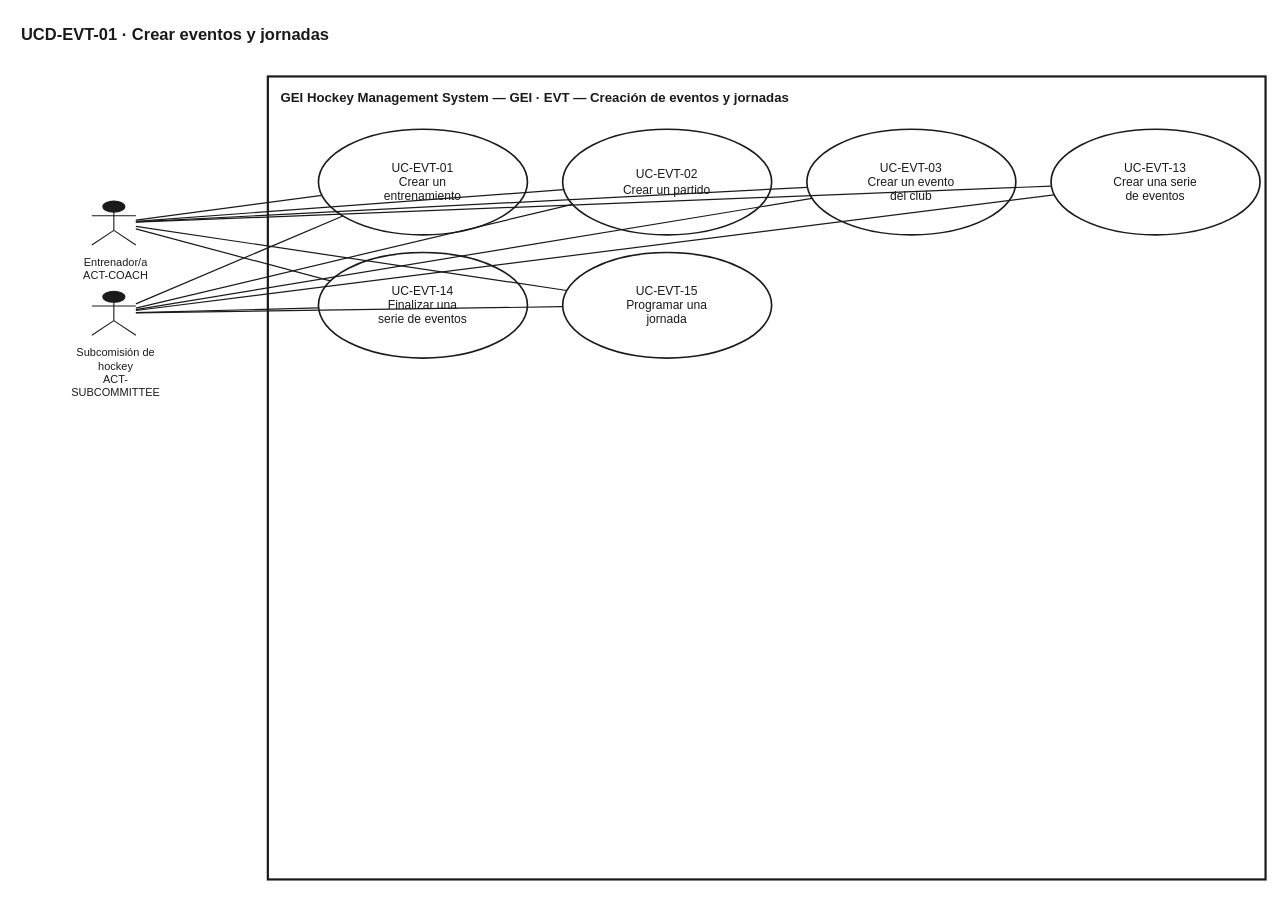
Earlier version of the draw.io diagram docs/uml/use-cases/source/UCD-EVT-01__GEI_Event_Creation.drawio (xeyroxpagode/Cluber). Source tidied: cells renumbered, new cells numbered last; positions are measured from the earlier drawing's top-left corner, leaving out a move shared by most shapes. Both pictures are drawn from the tidied source at 110%, with x=0, y=0 at pixel (19, 19).
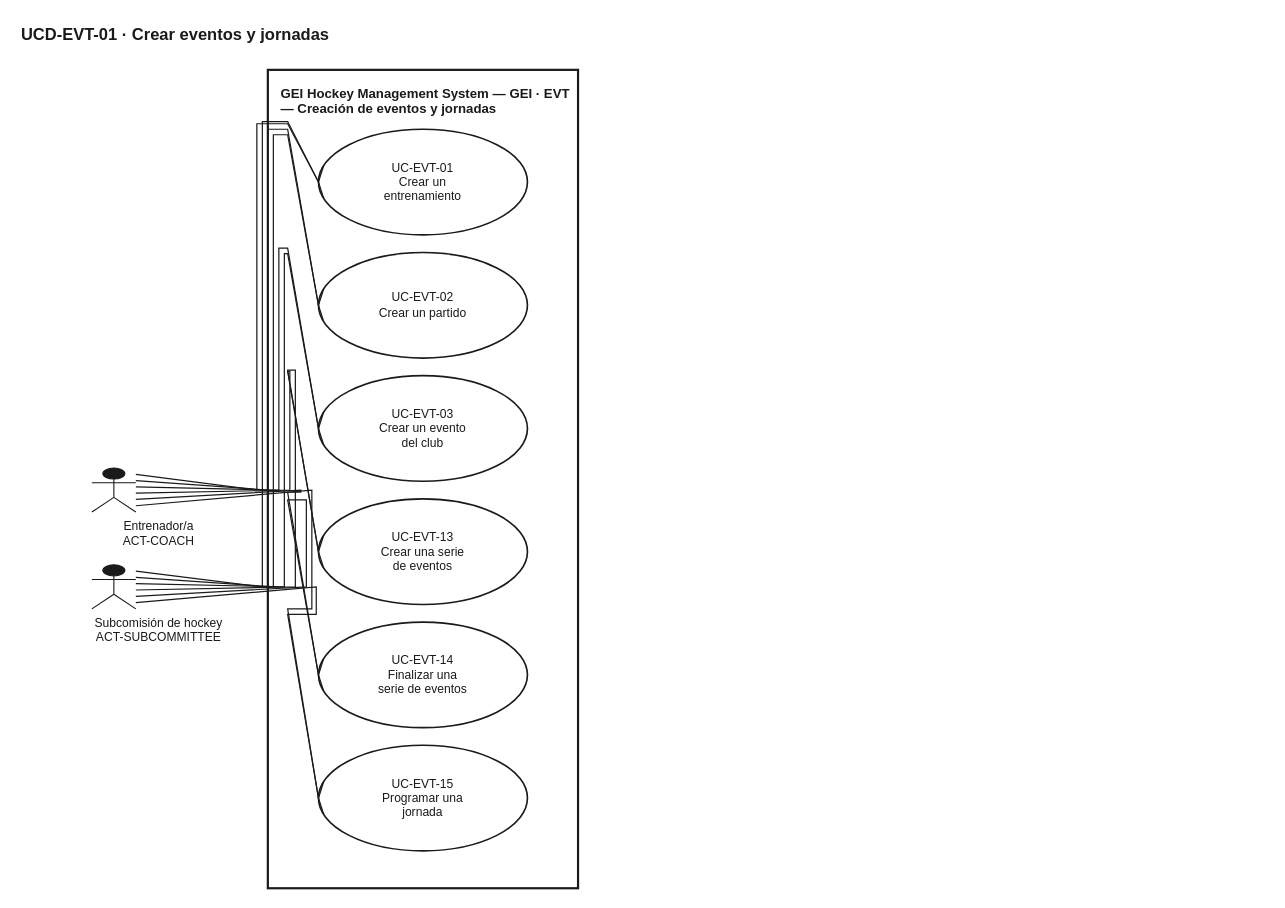
After the change.

Unchanged cells that the change refers to:
```xml
<mxCell id="4" value="UC-EVT-01&lt;br&gt;Crear un&lt;br&gt;entrenamiento" style="ellipse;whiteSpace=wrap;html=1;fillColor=#FFFFFF;strokeColor=#1A1A1A;strokeWidth=1.5;fontFamily=Helvetica;fontSize=11;fontColor=#1A1A1A;align=center;verticalAlign=middle;" parent="1" vertex="1">
  <mxGeometry x="272" y="100" width="190" height="96" as="geometry" />
</mxCell>
```

What changed in the source:
```diff
@@
-    <mxCell id="3" value="GEI Hockey Management System — GEI · EVT — Creación de eventos y jornadas" style="rounded=0;whiteSpace=wrap;html=1;fillColor=#FFFFFF;strokeColor=#1A1A1A;strokeWidth=2;verticalAlign=top;align=left;spacingLeft=10;spacingTop=6;fontFamily=Helvetica;fontSize=12;fontStyle=1;fontColor=#1A1A1A;" parent="1" vertex="1">
-      <mxGeometry x="226" y="52" width="907" height="730" as="geometry" />
+    <mxCell id="3" value="GEI Hockey Management System — GEI · EVT — Creación de eventos y jornadas" style="rounded=0;whiteSpace=wrap;html=1;fillColor=#FFFFFF;strokeColor=#1A1A1A;strokeWidth=2;verticalAlign=top;align=left;spacingLeft=10;spacingTop=8;fontFamily=Helvetica;fontSize=12;fontStyle=1;fontColor=#1A1A1A;" parent="1" vertex="1">
+      <mxGeometry x="226" y="46" width="282" height="744" as="geometry" />
     </mxCell>
@@
     <mxCell id="5" value="UC-EVT-02&lt;br&gt;Crear un partido" style="ellipse;whiteSpace=wrap;html=1;fillColor=#FFFFFF;strokeColor=#1A1A1A;strokeWidth=1.5;fontFamily=Helvetica;fontSize=11;fontColor=#1A1A1A;align=center;verticalAlign=middle;" parent="1" vertex="1">
-      <mxGeometry x="494" y="100" width="190" height="96" as="geometry" />
+      <mxGeometry x="272" y="212" width="190" height="96" as="geometry" />
     </mxCell>
     <mxCell id="6" value="UC-EVT-03&lt;br&gt;Crear un evento&lt;br&gt;del club" style="ellipse;whiteSpace=wrap;html=1;fillColor=#FFFFFF;strokeColor=#1A1A1A;strokeWidth=1.5;fontFamily=Helvetica;fontSize=11;fontColor=#1A1A1A;align=center;verticalAlign=middle;" parent="1" vertex="1">
-      <mxGeometry x="716" y="100" width="190" height="96" as="geometry" />
+      <mxGeometry x="272" y="324" width="190" height="96" as="geometry" />
     </mxCell>
     <mxCell id="7" value="UC-EVT-13&lt;br&gt;Crear una serie&lt;br&gt;de eventos" style="ellipse;whiteSpace=wrap;html=1;fillColor=#FFFFFF;strokeColor=#1A1A1A;strokeWidth=1.5;fontFamily=Helvetica;fontSize=11;fontColor=#1A1A1A;align=center;verticalAlign=middle;" parent="1" vertex="1">
-      <mxGeometry x="938" y="100" width="190" height="96" as="geometry" />
+      <mxGeometry x="272" y="436" width="190" height="96" as="geometry" />
     </mxCell>
     <mxCell id="8" value="UC-EVT-14&lt;br&gt;Finalizar una&lt;br&gt;serie de eventos" style="ellipse;whiteSpace=wrap;html=1;fillColor=#FFFFFF;strokeColor=#1A1A1A;strokeWidth=1.5;fontFamily=Helvetica;fontSize=11;fontColor=#1A1A1A;align=center;verticalAlign=middle;" parent="1" vertex="1">
-      <mxGeometry x="272" y="212" width="190" height="96" as="geometry" />
+      <mxGeometry x="272" y="548" width="190" height="96" as="geometry" />
     </mxCell>
     <mxCell id="9" value="UC-EVT-15&lt;br&gt;Programar una&lt;br&gt;jornada" style="ellipse;whiteSpace=wrap;html=1;fillColor=#FFFFFF;strokeColor=#1A1A1A;strokeWidth=1.5;fontFamily=Helvetica;fontSize=11;fontColor=#1A1A1A;align=center;verticalAlign=middle;" parent="1" vertex="1">
-      <mxGeometry x="494" y="212" width="190" height="96" as="geometry" />
+      <mxGeometry x="272" y="660" width="190" height="96" as="geometry" />
     </mxCell>
-    <mxCell id="10" style="shape=umlActor;html=1;verticalLabelPosition=bottom;verticalAlign=top;align=center;labelBackgroundColor=#FFFFFF;fontFamily=Helvetica;fontSize=10;fontColor=#1A1A1A;strokeColor=#1A1A1A;fillColor=#1A1A1A;" parent="1" vertex="1">
-      <mxGeometry x="66" y="165.3" width="40" height="40" as="geometry" />
+    <mxCell id="10" style="shape=umlActor;html=1;verticalLabelPosition=bottom;verticalAlign=top;align=center;labelBackgroundColor=#FFFFFF;fontFamily=Helvetica;fontSize=11;fontColor=#1A1A1A;strokeColor=#1A1A1A;fillColor=#1A1A1A;" parent="1" vertex="1">
+      <mxGeometry x="66" y="408" width="40" height="40" as="geometry" />
     </mxCell>
-    <mxCell id="11" value="Entrenador/a&lt;br&gt;ACT-COACH" style="text;html=1;strokeColor=none;fillColor=none;align=center;verticalAlign=top;fontFamily=Helvetica;fontSize=10;fontColor=#1A1A1A;whiteSpace=wrap;" parent="1" vertex="1">
-      <mxGeometry x="42" y="209.3" width="92" height="26" as="geometry" />
+    <mxCell id="11" value="Entrenador/a&lt;br&gt;ACT-COACH" style="text;html=1;strokeColor=none;fillColor=none;align=center;verticalAlign=top;fontFamily=Helvetica;fontSize=11;fontColor=#1A1A1A;whiteSpace=wrap;" parent="1" vertex="1">
+      <mxGeometry x="42" y="448" width="170" height="28" as="geometry" />
     </mxCell>
-    <mxCell id="12" style="shape=umlActor;html=1;verticalLabelPosition=bottom;verticalAlign=top;align=center;labelBackgroundColor=#FFFFFF;fontFamily=Helvetica;fontSize=10;fontColor=#1A1A1A;strokeColor=#1A1A1A;fillColor=#1A1A1A;" parent="1" vertex="1">
-      <mxGeometry x="66" y="247.3" width="40" height="40" as="geometry" />
+    <mxCell id="12" style="shape=umlActor;html=1;verticalLabelPosition=bottom;verticalAlign=top;align=center;labelBackgroundColor=#FFFFFF;fontFamily=Helvetica;fontSize=11;fontColor=#1A1A1A;strokeColor=#1A1A1A;fillColor=#1A1A1A;" parent="1" vertex="1">
+      <mxGeometry x="66" y="496" width="40" height="40" as="geometry" />
     </mxCell>
-    <mxCell id="13" value="Subcomisión de&lt;br&gt;hockey&lt;br&gt;ACT-SUBCOMMITTEE" style="text;html=1;strokeColor=none;fillColor=none;align=center;verticalAlign=top;fontFamily=Helvetica;fontSize=10;fontColor=#1A1A1A;whiteSpace=wrap;" parent="1" vertex="1">
-      <mxGeometry x="42" y="291.3" width="92" height="39" as="geometry" />
+    <mxCell id="13" value="Subcomisión de hockey&lt;br&gt;ACT-SUBCOMMITTEE" style="text;html=1;strokeColor=none;fillColor=none;align=center;verticalAlign=top;fontFamily=Helvetica;fontSize=11;fontColor=#1A1A1A;whiteSpace=wrap;" parent="1" vertex="1">
+      <mxGeometry x="42" y="536" width="170" height="28" as="geometry" />
     </mxCell>
-    <mxCell id="14" style="endArrow=none;html=1;rounded=0;strokeColor=#1A1A1A;strokeWidth=1.1;" parent="1" edge="1" source="12" target="9">
-      <mxGeometry relative="1" as="geometry" />
+    <mxCell id="14" style="endArrow=none;html=1;rounded=0;strokeColor=#1A1A1A;strokeWidth=1.1;exitX=1;exitY=0.14285714285714285;exitDx=0;exitDy=0;entryX=0;entryY=0.3333333333333333;entryDx=0;entryDy=0;" parent="1" edge="1" source="10" target="4">
+      <mxGeometry relative="1" as="geometry">
+        <Array as="points">
+          <mxPoint x="216" y="428" />
+          <mxPoint x="216" y="95" />
+          <mxPoint x="244" y="95" />
+          <mxPoint x="272" y="148" />
+        </Array>
+      </mxGeometry>
     </mxCell>
-    <mxCell id="15" style="endArrow=none;html=1;rounded=0;strokeColor=#1A1A1A;strokeWidth=1.1;" parent="1" edge="1" source="12" target="8">
-      <mxGeometry relative="1" as="geometry" />
+    <mxCell id="15" style="endArrow=none;html=1;rounded=0;strokeColor=#1A1A1A;strokeWidth=1.1;exitX=1;exitY=0.14285714285714285;exitDx=0;exitDy=0;entryX=0;entryY=0.6666666666666666;entryDx=0;entryDy=0;" parent="1" edge="1" source="12" target="4">
+      <mxGeometry relative="1" as="geometry">
+        <Array as="points">
+          <mxPoint x="221" y="516" />
+          <mxPoint x="221" y="93" />
+          <mxPoint x="244" y="93" />
+          <mxPoint x="272" y="148" />
+        </Array>
+      </mxGeometry>
     </mxCell>
-    <mxCell id="16" style="endArrow=none;html=1;rounded=0;strokeColor=#1A1A1A;strokeWidth=1.1;" parent="1" edge="1" source="12" target="7">
-      <mxGeometry relative="1" as="geometry" />
+    <mxCell id="16" style="endArrow=none;html=1;rounded=0;strokeColor=#1A1A1A;strokeWidth=1.1;exitX=1;exitY=0.2857142857142857;exitDx=0;exitDy=0;entryX=0;entryY=0.3333333333333333;entryDx=0;entryDy=0;" parent="1" edge="1" source="10" target="5">
+      <mxGeometry relative="1" as="geometry">
+        <Array as="points">
+          <mxPoint x="226" y="428" />
+          <mxPoint x="226" y="100" />
+          <mxPoint x="244" y="100" />
+          <mxPoint x="272" y="260" />
+        </Array>
+      </mxGeometry>
     </mxCell>
-    <mxCell id="17" style="endArrow=none;html=1;rounded=0;strokeColor=#1A1A1A;strokeWidth=1.1;" parent="1" edge="1" source="12" target="6">
-      <mxGeometry relative="1" as="geometry" />
+    <mxCell id="17" style="endArrow=none;html=1;rounded=0;strokeColor=#1A1A1A;strokeWidth=1.1;exitX=1;exitY=0.2857142857142857;exitDx=0;exitDy=0;entryX=0;entryY=0.6666666666666666;entryDx=0;entryDy=0;" parent="1" edge="1" source="12" target="5">
+      <mxGeometry relative="1" as="geometry">
+        <Array as="points">
+          <mxPoint x="231" y="516" />
+          <mxPoint x="231" y="105" />
+          <mxPoint x="244" y="105" />
+          <mxPoint x="272" y="260" />
+        </Array>
+      </mxGeometry>
     </mxCell>
-    <mxCell id="18" style="endArrow=none;html=1;rounded=0;strokeColor=#1A1A1A;strokeWidth=1.1;" parent="1" edge="1" source="12" target="5">
-      <mxGeometry relative="1" as="geometry" />
+    <mxCell id="18" style="endArrow=none;html=1;rounded=0;strokeColor=#1A1A1A;strokeWidth=1.1;exitX=1;exitY=0.42857142857142855;exitDx=0;exitDy=0;entryX=0;entryY=0.3333333333333333;entryDx=0;entryDy=0;" parent="1" edge="1" source="10" target="6">
+      <mxGeometry relative="1" as="geometry">
+        <Array as="points">
+          <mxPoint x="236" y="428" />
+          <mxPoint x="236" y="208" />
+          <mxPoint x="244" y="208" />
+          <mxPoint x="272" y="372" />
+        </Array>
+      </mxGeometry>
     </mxCell>
-    <mxCell id="19" style="endArrow=none;html=1;rounded=0;strokeColor=#1A1A1A;strokeWidth=1.1;" parent="1" edge="1" source="12" target="4">
-      <mxGeometry relative="1" as="geometry" />
+    <mxCell id="19" style="endArrow=none;html=1;rounded=0;strokeColor=#1A1A1A;strokeWidth=1.1;exitX=1;exitY=0.42857142857142855;exitDx=0;exitDy=0;entryX=0;entryY=0.6666666666666666;entryDx=0;entryDy=0;" parent="1" edge="1" source="12" target="6">
+      <mxGeometry relative="1" as="geometry">
+        <Array as="points">
+          <mxPoint x="241" y="516" />
+          <mxPoint x="241" y="213" />
+          <mxPoint x="244" y="213" />
+          <mxPoint x="272" y="372" />
+        </Array>
+      </mxGeometry>
     </mxCell>
-    <mxCell id="20" style="endArrow=none;html=1;rounded=0;strokeColor=#1A1A1A;strokeWidth=1.1;" parent="1" edge="1" source="10" target="9">
-      <mxGeometry relative="1" as="geometry" />
+    <mxCell id="20" style="endArrow=none;html=1;rounded=0;strokeColor=#1A1A1A;strokeWidth=1.1;exitX=1;exitY=0.5714285714285714;exitDx=0;exitDy=0;entryX=0;entryY=0.3333333333333333;entryDx=0;entryDy=0;" parent="1" edge="1" source="10" target="7">
+      <mxGeometry relative="1" as="geometry">
+        <Array as="points">
+          <mxPoint x="246" y="428" />
+          <mxPoint x="246" y="320" />
+          <mxPoint x="244" y="320" />
+          <mxPoint x="272" y="484" />
+        </Array>
+      </mxGeometry>
     </mxCell>
-    <mxCell id="21" style="endArrow=none;html=1;rounded=0;strokeColor=#1A1A1A;strokeWidth=1.1;" parent="1" edge="1" source="10" target="8">
-      <mxGeometry relative="1" as="geometry" />
+    <mxCell id="21" style="endArrow=none;html=1;rounded=0;strokeColor=#1A1A1A;strokeWidth=1.1;exitX=1;exitY=0.5714285714285714;exitDx=0;exitDy=0;entryX=0;entryY=0.6666666666666666;entryDx=0;entryDy=0;" parent="1" edge="1" source="12" target="7">
+      <mxGeometry relative="1" as="geometry">
+        <Array as="points">
+          <mxPoint x="251" y="516" />
+          <mxPoint x="251" y="319" />
+          <mxPoint x="244" y="319" />
+          <mxPoint x="272" y="484" />
+        </Array>
+      </mxGeometry>
     </mxCell>
-    <mxCell id="22" style="endArrow=none;html=1;rounded=0;strokeColor=#1A1A1A;strokeWidth=1.1;" parent="1" edge="1" source="10" target="7">
-      <mxGeometry relative="1" as="geometry" />
+    <mxCell id="22" style="endArrow=none;html=1;rounded=0;strokeColor=#1A1A1A;strokeWidth=1.1;exitX=1;exitY=0.7142857142857143;exitDx=0;exitDy=0;entryX=0;entryY=0.3333333333333333;entryDx=0;entryDy=0;" parent="1" edge="1" source="10" target="8">
+      <mxGeometry relative="1" as="geometry">
+        <Array as="points">
+          <mxPoint x="256" y="428" />
+          <mxPoint x="256" y="430" />
+          <mxPoint x="244" y="430" />
+          <mxPoint x="272" y="596" />
+        </Array>
+      </mxGeometry>
     </mxCell>
-    <mxCell id="23" style="endArrow=none;html=1;rounded=0;strokeColor=#1A1A1A;strokeWidth=1.1;" parent="1" edge="1" source="10" target="6">
-      <mxGeometry relative="1" as="geometry" />
+    <mxCell id="23" style="endArrow=none;html=1;rounded=0;strokeColor=#1A1A1A;strokeWidth=1.1;exitX=1;exitY=0.7142857142857143;exitDx=0;exitDy=0;entryX=0;entryY=0.6666666666666666;entryDx=0;entryDy=0;" parent="1" edge="1" source="12" target="8">
+      <mxGeometry relative="1" as="geometry">
+        <Array as="points">
+          <mxPoint x="261" y="516" />
+          <mxPoint x="261" y="437" />
+          <mxPoint x="244" y="437" />
+          <mxPoint x="272" y="596" />
+        </Array>
+      </mxGeometry>
     </mxCell>
-    <mxCell id="24" style="endArrow=none;html=1;rounded=0;strokeColor=#1A1A1A;strokeWidth=1.1;" parent="1" edge="1" source="10" target="5">
-      <mxGeometry relative="1" as="geometry" />
+    <mxCell id="24" style="endArrow=none;html=1;rounded=0;strokeColor=#1A1A1A;strokeWidth=1.1;exitX=1;exitY=0.8571428571428571;exitDx=0;exitDy=0;entryX=0;entryY=0.3333333333333333;entryDx=0;entryDy=0;" parent="1" edge="1" source="10" target="9">
+      <mxGeometry relative="1" as="geometry">
+        <Array as="points">
+          <mxPoint x="266" y="428" />
+          <mxPoint x="266" y="536" />
+          <mxPoint x="244" y="536" />
+          <mxPoint x="272" y="708" />
+        </Array>
+      </mxGeometry>
     </mxCell>
-    <mxCell id="25" style="endArrow=none;html=1;rounded=0;strokeColor=#1A1A1A;strokeWidth=1.1;" parent="1" edge="1" source="10" target="4">
-      <mxGeometry relative="1" as="geometry" />
+    <mxCell id="25" style="endArrow=none;html=1;rounded=0;strokeColor=#1A1A1A;strokeWidth=1.1;exitX=1;exitY=0.8571428571428571;exitDx=0;exitDy=0;entryX=0;entryY=0.6666666666666666;entryDx=0;entryDy=0;" parent="1" edge="1" source="12" target="9">
+      <mxGeometry relative="1" as="geometry">
+        <Array as="points">
+          <mxPoint x="270" y="516" />
+          <mxPoint x="270" y="541" />
+          <mxPoint x="244" y="541" />
+          <mxPoint x="272" y="708" />
+        </Array>
+      </mxGeometry>
     </mxCell>
```
